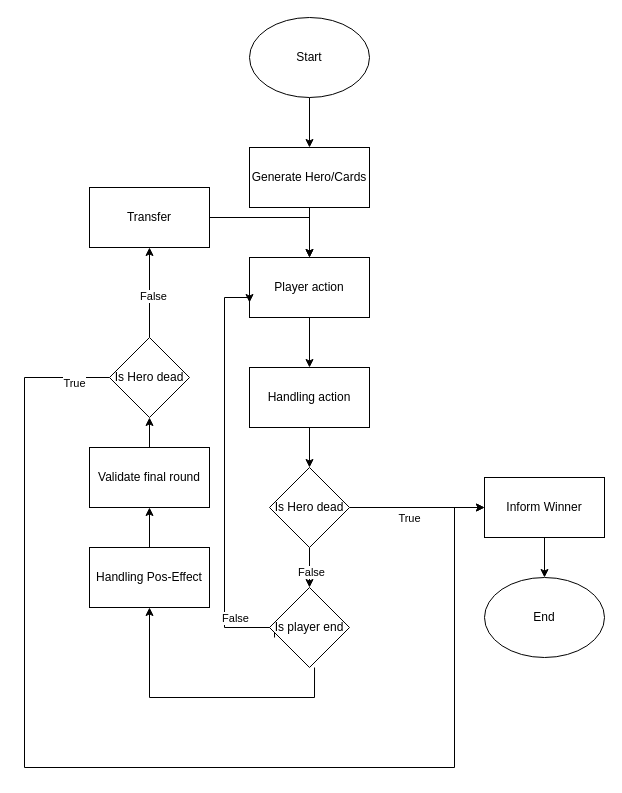
Above: page "Activity Diagram" (2 of 5) of HealthStone.drawio in letrunghaulosta/HealthStone (draw.io), before the change. Source tidied: cells renumbered, new cells numbered last; positions are measured from the earlier drawing's top-left corner, leaving out a move shared by most shapes. Both pictures are drawn from the tidied source at 100%, with x=0, y=0 at pixel (24, 17).
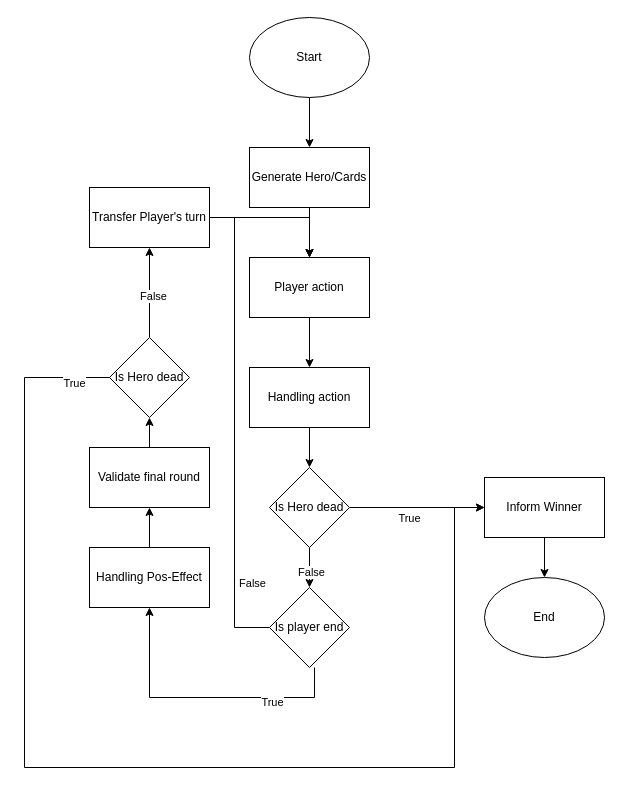
The same diagram, later.

Unchanged cells that the change refers to:
```xml
<mxCell id="7" value="Player action" style="rounded=0;whiteSpace=wrap;html=1;" parent="1" vertex="1">
  <mxGeometry x="225" y="240" width="120" height="60" as="geometry" />
</mxCell>
<mxCell id="23" style="edgeStyle=orthogonalEdgeStyle;rounded=0;jettySize=auto;html=1;exitX=0.563;exitY=1;exitDx=0;exitDy=0;entryX=0.5;entryY=1;entryDx=0;entryDy=0;exitPerimeter=0;" parent="1" edge="1" source="24" target="18">
  <mxGeometry relative="1" as="geometry">
    <Array as="points">
      <mxPoint x="290" y="680" />
      <mxPoint x="125" y="680" />
    </Array>
  </mxGeometry>
</mxCell>
<mxCell id="24" value="Is player end" style="rhombus;whiteSpace=wrap;html=1;rounded=0;" parent="1" vertex="1">
  <mxGeometry x="245" y="570" width="80" height="80" as="geometry" />
</mxCell>
```

Change to the diagram source:
```diff
@@
-    <mxCell id="10" style="edgeStyle=orthogonalEdgeStyle;rounded=0;jettySize=auto;html=1;exitX=0.063;exitY=0.625;exitDx=0;exitDy=0;entryX=0;entryY=0.75;entryDx=0;entryDy=0;exitPerimeter=0;" parent="1" edge="1" source="24" target="7">
+    <mxCell id="10" style="edgeStyle=orthogonalEdgeStyle;rounded=0;jettySize=auto;html=1;exitX=0;exitY=0.5;exitDx=0;exitDy=0;entryX=0.5;entryY=0;entryDx=0;entryDy=0;" parent="1" edge="1" source="24" target="7">
       <mxGeometry relative="1" as="geometry">
         <Array as="points">
-          <mxPoint x="250" y="610" />
-          <mxPoint x="200" y="610" />
-          <mxPoint x="200" y="280" />
-          <mxPoint x="225" y="280" />
+          <mxPoint x="210" y="610" />
+          <mxPoint x="210" y="200" />
+          <mxPoint x="285" y="200" />
         </Array>
       </mxGeometry>
     </mxCell>
@@
-    <mxCell id="22" value="Transfer" style="whiteSpace=wrap;html=1;rounded=0;" parent="1" vertex="1">
+    <mxCell id="22" value="Transfer Player's turn" style="whiteSpace=wrap;html=1;rounded=0;" parent="1" vertex="1">
       <mxGeometry x="65" y="170" width="120" height="60" as="geometry" />
     </mxCell>
@@
+    <mxCell id="33" value="True" style="edgeLabel;html=1;align=center;verticalAlign=middle;" parent="23" vertex="1">
+      <mxGeometry x="-0.49" y="4" relative="1" as="geometry" />
+    </mxCell>
```
